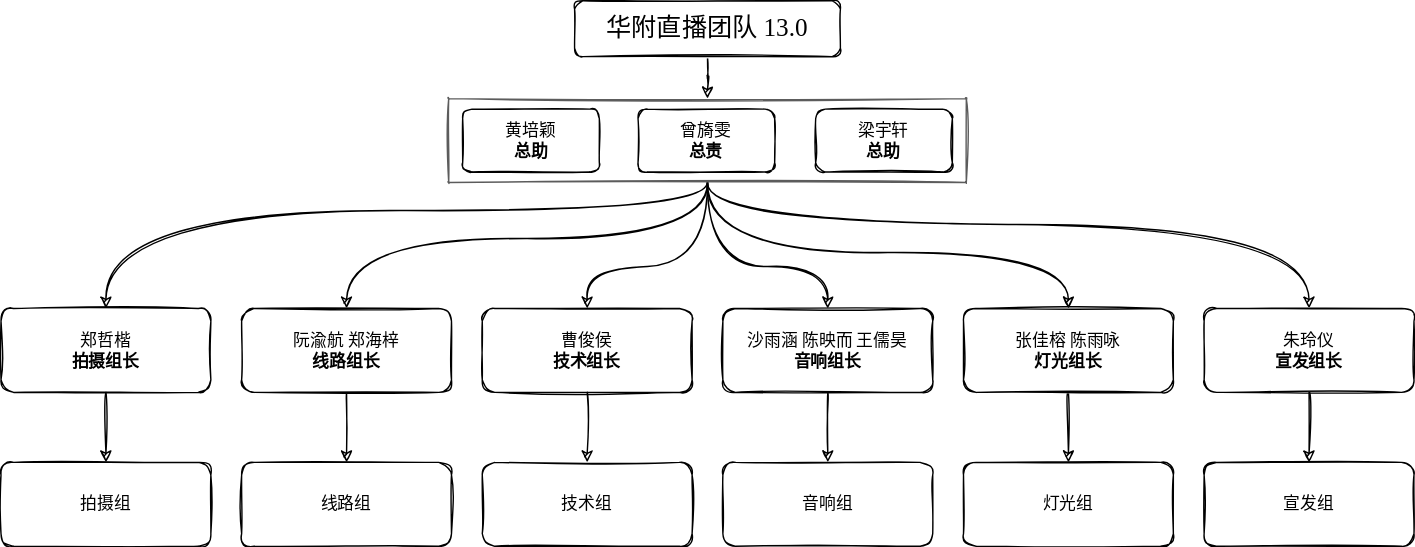
Earlier version of the draw.io export diagrams/人员组织架构.svg (xiaoxuan010/HFLive-Technical-Document-2021). Source tidied: cells renumbered, new cells last; positions are measured from the earlier drawing's top-left corner, leaving out a move shared by most shapes.
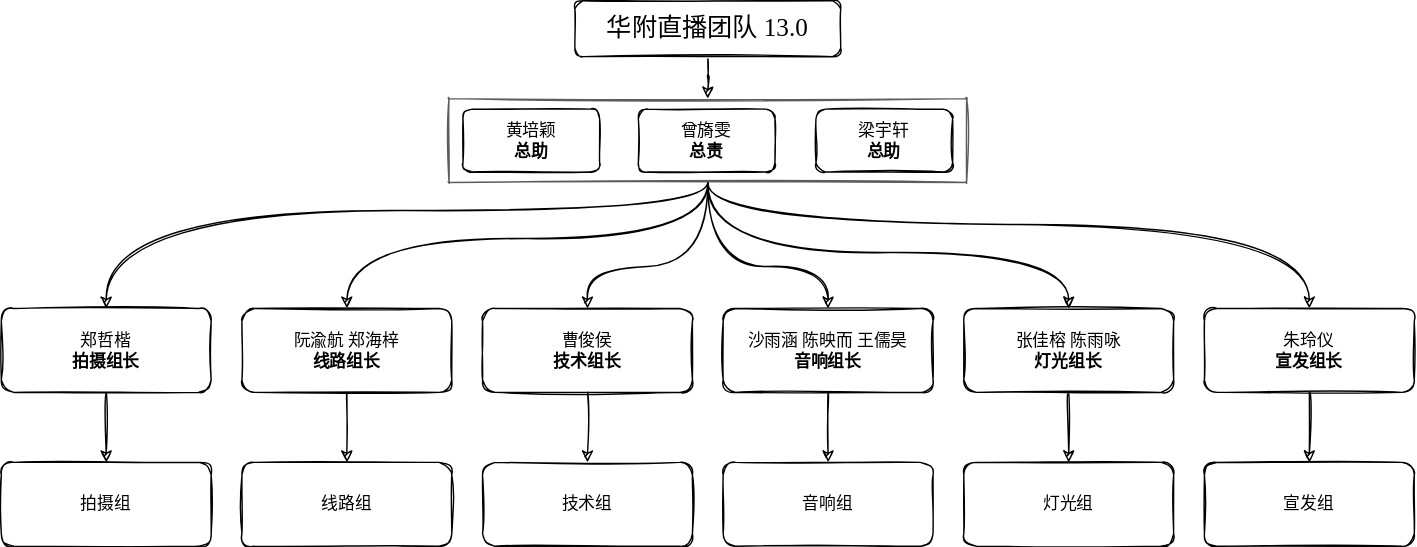
The same file after the commit.

What changed in the source:
```diff
@@ -2,7 +2,7 @@
   <root>
     <mxCell id="0" />
     <mxCell id="1" parent="0" />
-    <mxCell id="2" style="edgeStyle=orthogonalEdgeStyle;jettySize=auto;html=1;fontFamily=思源宋体;fontStyle=0;sketch=1;curved=1;" parent="1" edge="1" source="8" target="14">
+    <mxCell id="2" style="edgeStyle=orthogonalEdgeStyle;jettySize=auto;html=1;fontFamily=思源宋体,serif;fontStyle=0;sketch=1;curved=1;" parent="1" edge="1" source="8" target="14">
       <mxGeometry relative="1" as="geometry">
         <Array as="points">
           <mxPoint x="505" y="150" />
@@ -10,7 +10,7 @@
         </Array>
       </mxGeometry>
     </mxCell>
-    <mxCell id="3" style="edgeStyle=orthogonalEdgeStyle;jettySize=auto;html=1;fontFamily=思源宋体;fontStyle=0;sketch=1;curved=1;" parent="1" edge="1" source="8" target="16">
+    <mxCell id="3" style="edgeStyle=orthogonalEdgeStyle;jettySize=auto;html=1;fontFamily=思源宋体,serif;fontStyle=0;sketch=1;curved=1;" parent="1" edge="1" source="8" target="16">
       <mxGeometry relative="1" as="geometry">
         <Array as="points">
           <mxPoint x="505" y="170" />
@@ -18,7 +18,7 @@
         </Array>
       </mxGeometry>
     </mxCell>
-    <mxCell id="4" style="edgeStyle=orthogonalEdgeStyle;jettySize=auto;html=1;exitX=0.5;exitY=1;exitDx=0;exitDy=0;fontFamily=思源宋体;fontStyle=0;sketch=1;curved=1;" parent="1" edge="1" source="8" target="18">
+    <mxCell id="4" style="edgeStyle=orthogonalEdgeStyle;jettySize=auto;html=1;exitX=0.5;exitY=1;exitDx=0;exitDy=0;fontFamily=思源宋体,serif;fontStyle=0;sketch=1;curved=1;" parent="1" edge="1" source="8" target="18">
       <mxGeometry relative="1" as="geometry">
         <Array as="points">
           <mxPoint x="505" y="190" />
@@ -26,7 +26,7 @@
         </Array>
       </mxGeometry>
     </mxCell>
-    <mxCell id="5" style="edgeStyle=orthogonalEdgeStyle;jettySize=auto;html=1;fontFamily=思源宋体;fontStyle=0;sketch=1;curved=1;" parent="1" edge="1" source="8" target="20">
+    <mxCell id="5" style="edgeStyle=orthogonalEdgeStyle;jettySize=auto;html=1;fontFamily=思源宋体,serif;fontStyle=0;sketch=1;curved=1;" parent="1" edge="1" source="8" target="20">
       <mxGeometry relative="1" as="geometry">
         <Array as="points">
           <mxPoint x="505" y="190" />
@@ -34,7 +34,7 @@
         </Array>
       </mxGeometry>
     </mxCell>
-    <mxCell id="6" style="edgeStyle=orthogonalEdgeStyle;jettySize=auto;html=1;fontFamily=思源宋体;fontStyle=0;sketch=1;curved=1;" parent="1" edge="1" source="8" target="22">
+    <mxCell id="6" style="edgeStyle=orthogonalEdgeStyle;jettySize=auto;html=1;fontFamily=思源宋体,serif;fontStyle=0;sketch=1;curved=1;" parent="1" edge="1" source="8" target="22">
       <mxGeometry relative="1" as="geometry">
         <Array as="points">
           <mxPoint x="505" y="180" />
@@ -42,7 +42,7 @@
         </Array>
       </mxGeometry>
     </mxCell>
-    <mxCell id="7" style="edgeStyle=orthogonalEdgeStyle;jettySize=auto;html=1;fontFamily=思源宋体;fontStyle=0;sketch=1;curved=1;" parent="1" edge="1" source="8" target="24">
+    <mxCell id="7" style="edgeStyle=orthogonalEdgeStyle;jettySize=auto;html=1;fontFamily=思源宋体,serif;fontStyle=0;sketch=1;curved=1;" parent="1" edge="1" source="8" target="24">
       <mxGeometry relative="1" as="geometry">
         <Array as="points">
           <mxPoint x="505" y="160" />
@@ -50,79 +50,79 @@
         </Array>
       </mxGeometry>
     </mxCell>
-    <mxCell id="8" style="swimlane;startSize=0;fontFamily=思源宋体;fontStyle=0;sketch=1;rounded=1;arcSize=20;fillColor=default;shadow=0;glass=0;strokeColor=#5C5C5C;" parent="1" vertex="1">
+    <mxCell id="8" style="swimlane;startSize=0;fontFamily=思源宋体,serif;fontStyle=0;sketch=1;rounded=1;arcSize=20;fillColor=default;shadow=0;glass=0;strokeColor=#5C5C5C;" parent="1" vertex="1">
       <mxGeometry x="320" y="70" width="370" height="60" as="geometry" />
     </mxCell>
-    <mxCell id="9" style="group;fontFamily=思源宋体;fontStyle=0;strokeColor=none;sketch=1;rounded=1;" parent="8" vertex="1">
+    <mxCell id="9" style="group;fontFamily=思源宋体,serif;fontStyle=0;strokeColor=none;sketch=1;rounded=1;" parent="8" vertex="1">
       <mxGeometry x="10" y="7.5" width="350" height="45" as="geometry" />
     </mxCell>
-    <mxCell id="10" value="曾旖雯&lt;br&gt;&lt;span&gt;&lt;b&gt;总责&lt;/b&gt;&lt;/span&gt;" style="whiteSpace=wrap;html=1;fontFamily=思源宋体;fontStyle=0;sketch=1;rounded=1;" parent="9" vertex="1">
+    <mxCell id="10" value="曾旖雯&lt;br&gt;&lt;span&gt;&lt;b&gt;总责&lt;/b&gt;&lt;/span&gt;" style="whiteSpace=wrap;html=1;fontFamily=思源宋体,serif;fontStyle=0;sketch=1;rounded=1;" parent="9" vertex="1">
       <mxGeometry x="125.3" width="97.7" height="45" as="geometry" />
     </mxCell>
-    <mxCell id="11" value="梁宇轩&lt;br&gt;&lt;span&gt;&lt;b&gt;总助&lt;/b&gt;&lt;/span&gt;" style="whiteSpace=wrap;html=1;fontFamily=思源宋体;fontStyle=0;sketch=1;rounded=1;" parent="9" vertex="1">
+    <mxCell id="11" value="梁宇轩&lt;br&gt;&lt;span&gt;&lt;b&gt;总助&lt;/b&gt;&lt;/span&gt;" style="whiteSpace=wrap;html=1;fontFamily=思源宋体,serif;fontStyle=0;sketch=1;rounded=1;" parent="9" vertex="1">
       <mxGeometry x="252.3" width="97.7" height="45" as="geometry" />
     </mxCell>
-    <mxCell id="12" value="黄培颖&lt;br&gt;&lt;span&gt;&lt;b&gt;总助&lt;/b&gt;&lt;/span&gt;" style="whiteSpace=wrap;html=1;fontFamily=思源宋体;fontStyle=0;sketch=1;rounded=1;" parent="9" vertex="1">
+    <mxCell id="12" value="黄培颖&lt;br&gt;&lt;span&gt;&lt;b&gt;总助&lt;/b&gt;&lt;/span&gt;" style="whiteSpace=wrap;html=1;fontFamily=思源宋体,serif;fontStyle=0;sketch=1;rounded=1;" parent="9" vertex="1">
       <mxGeometry width="97.7" height="45" as="geometry" />
     </mxCell>
-    <mxCell id="13" style="edgeStyle=orthogonalEdgeStyle;jettySize=auto;html=1;fontFamily=思源宋体;fontStyle=0;sketch=1;curved=1;" parent="1" edge="1" source="14" target="25">
+    <mxCell id="13" style="edgeStyle=orthogonalEdgeStyle;jettySize=auto;html=1;fontFamily=思源宋体,serif;fontStyle=0;sketch=1;curved=1;" parent="1" edge="1" source="14" target="25">
       <mxGeometry relative="1" as="geometry" />
     </mxCell>
-    <mxCell id="14" value="郑哲楷&lt;br&gt;&lt;span&gt;&lt;b&gt;拍摄组长&lt;/b&gt;&lt;/span&gt;" style="whiteSpace=wrap;html=1;fontFamily=思源宋体;fontStyle=0;sketch=1;rounded=1;" parent="1" vertex="1">
+    <mxCell id="14" value="郑哲楷&lt;br&gt;&lt;span&gt;&lt;b&gt;拍摄组长&lt;/b&gt;&lt;/span&gt;" style="whiteSpace=wrap;html=1;fontFamily=思源宋体,serif;fontStyle=0;sketch=1;rounded=1;" parent="1" vertex="1">
       <mxGeometry y="220" width="150" height="60" as="geometry" />
     </mxCell>
-    <mxCell id="15" style="edgeStyle=orthogonalEdgeStyle;jettySize=auto;html=1;fontFamily=思源宋体;fontStyle=0;sketch=1;curved=1;" parent="1" edge="1" source="16" target="26">
+    <mxCell id="15" style="edgeStyle=orthogonalEdgeStyle;jettySize=auto;html=1;fontFamily=思源宋体,serif;fontStyle=0;sketch=1;curved=1;" parent="1" edge="1" source="16" target="26">
       <mxGeometry relative="1" as="geometry" />
     </mxCell>
-    <mxCell id="16" value="阮渝航 郑海梓&lt;br&gt;&lt;span&gt;&lt;b&gt;线路组长&lt;/b&gt;&lt;/span&gt;" style="whiteSpace=wrap;html=1;fontFamily=思源宋体;fontStyle=0;sketch=1;rounded=1;" parent="1" vertex="1">
+    <mxCell id="16" value="阮渝航 郑海梓&lt;br&gt;&lt;span&gt;&lt;b&gt;线路组长&lt;/b&gt;&lt;/span&gt;" style="whiteSpace=wrap;html=1;fontFamily=思源宋体,serif;fontStyle=0;sketch=1;rounded=1;" parent="1" vertex="1">
       <mxGeometry x="172" y="220" width="150" height="60" as="geometry" />
     </mxCell>
-    <mxCell id="17" style="edgeStyle=orthogonalEdgeStyle;jettySize=auto;html=1;fontFamily=思源宋体;fontStyle=0;sketch=1;curved=1;" parent="1" edge="1" source="18" target="27">
+    <mxCell id="17" style="edgeStyle=orthogonalEdgeStyle;jettySize=auto;html=1;fontFamily=思源宋体,serif;fontStyle=0;sketch=1;curved=1;" parent="1" edge="1" source="18" target="27">
       <mxGeometry relative="1" as="geometry" />
     </mxCell>
-    <mxCell id="18" value="曹俊侯&lt;br&gt;&lt;span&gt;&lt;b&gt;技术组长&lt;/b&gt;&lt;/span&gt;" style="whiteSpace=wrap;html=1;fontFamily=思源宋体;fontStyle=0;sketch=1;rounded=1;" parent="1" vertex="1">
+    <mxCell id="18" value="曹俊侯&lt;br&gt;&lt;span&gt;&lt;b&gt;技术组长&lt;/b&gt;&lt;/span&gt;" style="whiteSpace=wrap;html=1;fontFamily=思源宋体,serif;fontStyle=0;sketch=1;rounded=1;" parent="1" vertex="1">
       <mxGeometry x="344" y="220" width="150" height="60" as="geometry" />
     </mxCell>
-    <mxCell id="19" style="edgeStyle=orthogonalEdgeStyle;jettySize=auto;html=1;fontFamily=思源宋体;fontStyle=0;sketch=1;curved=1;" parent="1" edge="1" source="20" target="28">
+    <mxCell id="19" style="edgeStyle=orthogonalEdgeStyle;jettySize=auto;html=1;fontFamily=思源宋体,serif;fontStyle=0;sketch=1;curved=1;" parent="1" edge="1" source="20" target="28">
       <mxGeometry relative="1" as="geometry" />
     </mxCell>
-    <mxCell id="20" value="沙雨涵 陈映而 王儒昊&lt;br&gt;&lt;span&gt;&lt;b&gt;音响组长&lt;/b&gt;&lt;/span&gt;" style="whiteSpace=wrap;html=1;fontFamily=思源宋体;fontStyle=0;sketch=1;rounded=1;" parent="1" vertex="1">
+    <mxCell id="20" value="沙雨涵 陈映而 王儒昊&lt;br&gt;&lt;span&gt;&lt;b&gt;音响组长&lt;/b&gt;&lt;/span&gt;" style="whiteSpace=wrap;html=1;fontFamily=思源宋体,serif;fontStyle=0;sketch=1;rounded=1;" parent="1" vertex="1">
       <mxGeometry x="516" y="220" width="150" height="60" as="geometry" />
     </mxCell>
-    <mxCell id="21" style="edgeStyle=orthogonalEdgeStyle;jettySize=auto;html=1;fontFamily=思源宋体;fontStyle=0;sketch=1;curved=1;" parent="1" edge="1" source="22" target="30">
+    <mxCell id="21" style="edgeStyle=orthogonalEdgeStyle;jettySize=auto;html=1;fontFamily=思源宋体,serif;fontStyle=0;sketch=1;curved=1;" parent="1" edge="1" source="22" target="30">
       <mxGeometry relative="1" as="geometry" />
     </mxCell>
-    <mxCell id="22" value="张佳榕 陈雨咏&lt;br&gt;&lt;span&gt;&lt;b&gt;灯光组长&lt;/b&gt;&lt;/span&gt;" style="whiteSpace=wrap;html=1;fontFamily=思源宋体;fontStyle=0;sketch=1;rounded=1;" parent="1" vertex="1">
+    <mxCell id="22" value="张佳榕 陈雨咏&lt;br&gt;&lt;span&gt;&lt;b&gt;灯光组长&lt;/b&gt;&lt;/span&gt;" style="whiteSpace=wrap;html=1;fontFamily=思源宋体,serif;fontStyle=0;sketch=1;rounded=1;" parent="1" vertex="1">
       <mxGeometry x="688" y="220" width="150" height="60" as="geometry" />
     </mxCell>
-    <mxCell id="23" style="edgeStyle=orthogonalEdgeStyle;jettySize=auto;html=1;fontFamily=思源宋体;fontStyle=0;sketch=1;curved=1;" parent="1" edge="1" source="24" target="29">
+    <mxCell id="23" style="edgeStyle=orthogonalEdgeStyle;jettySize=auto;html=1;fontFamily=思源宋体,serif;fontStyle=0;sketch=1;curved=1;" parent="1" edge="1" source="24" target="29">
       <mxGeometry relative="1" as="geometry" />
     </mxCell>
-    <mxCell id="24" value="朱玲仪&lt;br&gt;&lt;span&gt;&lt;b&gt;宣发组长&lt;/b&gt;&lt;/span&gt;" style="whiteSpace=wrap;html=1;fontFamily=思源宋体;fontStyle=0;sketch=1;rounded=1;" parent="1" vertex="1">
+    <mxCell id="24" value="朱玲仪&lt;br&gt;&lt;span&gt;&lt;b&gt;宣发组长&lt;/b&gt;&lt;/span&gt;" style="whiteSpace=wrap;html=1;fontFamily=思源宋体,serif;fontStyle=0;sketch=1;rounded=1;" parent="1" vertex="1">
       <mxGeometry x="860" y="220" width="150" height="60" as="geometry" />
     </mxCell>
-    <mxCell id="25" value="拍摄组" style="whiteSpace=wrap;html=1;fontFamily=思源宋体;fontStyle=0;sketch=1;rounded=1;" parent="1" vertex="1">
+    <mxCell id="25" value="拍摄组" style="whiteSpace=wrap;html=1;fontFamily=思源宋体,serif;fontStyle=0;sketch=1;rounded=1;" parent="1" vertex="1">
       <mxGeometry y="330" width="150" height="60" as="geometry" />
     </mxCell>
-    <mxCell id="26" value="线路组" style="whiteSpace=wrap;html=1;fontFamily=思源宋体;fontStyle=0;sketch=1;rounded=1;" parent="1" vertex="1">
+    <mxCell id="26" value="线路组" style="whiteSpace=wrap;html=1;fontFamily=思源宋体,serif;fontStyle=0;sketch=1;rounded=1;" parent="1" vertex="1">
       <mxGeometry x="172" y="330" width="150" height="60" as="geometry" />
     </mxCell>
-    <mxCell id="27" value="技术组" style="whiteSpace=wrap;html=1;fontFamily=思源宋体;fontStyle=0;sketch=1;rounded=1;" parent="1" vertex="1">
+    <mxCell id="27" value="技术组" style="whiteSpace=wrap;html=1;fontFamily=思源宋体,serif;fontStyle=0;sketch=1;rounded=1;" parent="1" vertex="1">
       <mxGeometry x="344" y="330" width="150" height="60" as="geometry" />
     </mxCell>
-    <mxCell id="28" value="音响组" style="whiteSpace=wrap;html=1;fontFamily=思源宋体;fontStyle=0;sketch=1;rounded=1;" parent="1" vertex="1">
+    <mxCell id="28" value="音响组" style="whiteSpace=wrap;html=1;fontFamily=思源宋体,serif;fontStyle=0;sketch=1;rounded=1;" parent="1" vertex="1">
       <mxGeometry x="516" y="330" width="150" height="60" as="geometry" />
     </mxCell>
-    <mxCell id="29" value="宣发组" style="whiteSpace=wrap;html=1;fontFamily=思源宋体;fontStyle=0;sketch=1;rounded=1;" parent="1" vertex="1">
+    <mxCell id="29" value="宣发组" style="whiteSpace=wrap;html=1;fontFamily=思源宋体,serif;fontStyle=0;sketch=1;rounded=1;" parent="1" vertex="1">
       <mxGeometry x="860" y="330" width="150" height="60" as="geometry" />
     </mxCell>
-    <mxCell id="30" value="灯光组" style="whiteSpace=wrap;html=1;fontFamily=思源宋体;fontStyle=0;sketch=1;rounded=1;" parent="1" vertex="1">
+    <mxCell id="30" value="灯光组" style="whiteSpace=wrap;html=1;fontFamily=思源宋体,serif;fontStyle=0;sketch=1;rounded=1;" parent="1" vertex="1">
       <mxGeometry x="688" y="330" width="150" height="60" as="geometry" />
     </mxCell>
-    <mxCell id="31" style="edgeStyle=orthogonalEdgeStyle;jettySize=auto;html=1;entryX=0.5;entryY=0;entryDx=0;entryDy=0;fontFamily=思源宋体;fontStyle=0;sketch=1;curved=1;" parent="1" edge="1" source="32" target="8">
+    <mxCell id="31" style="edgeStyle=orthogonalEdgeStyle;jettySize=auto;html=1;entryX=0.5;entryY=0;entryDx=0;entryDy=0;fontFamily=思源宋体,serif;fontStyle=0;sketch=1;curved=1;" parent="1" edge="1" source="32" target="8">
       <mxGeometry relative="1" as="geometry" />
     </mxCell>
-    <mxCell id="32" value="&lt;font style=&quot;font-size: 18px&quot;&gt;华附直播团队 13.0&lt;/font&gt;" style="whiteSpace=wrap;html=1;fontFamily=思源宋体;fontStyle=0;sketch=1;rounded=1;" parent="1" vertex="1">
+    <mxCell id="32" value="&lt;font style=&quot;font-size: 18px&quot;&gt;华附直播团队 13.0&lt;/font&gt;" style="whiteSpace=wrap;html=1;fontFamily=思源宋体,serif;fontStyle=0;sketch=1;rounded=1;" parent="1" vertex="1">
       <mxGeometry x="410" width="190" height="40" as="geometry" />
     </mxCell>
   </root>
```
